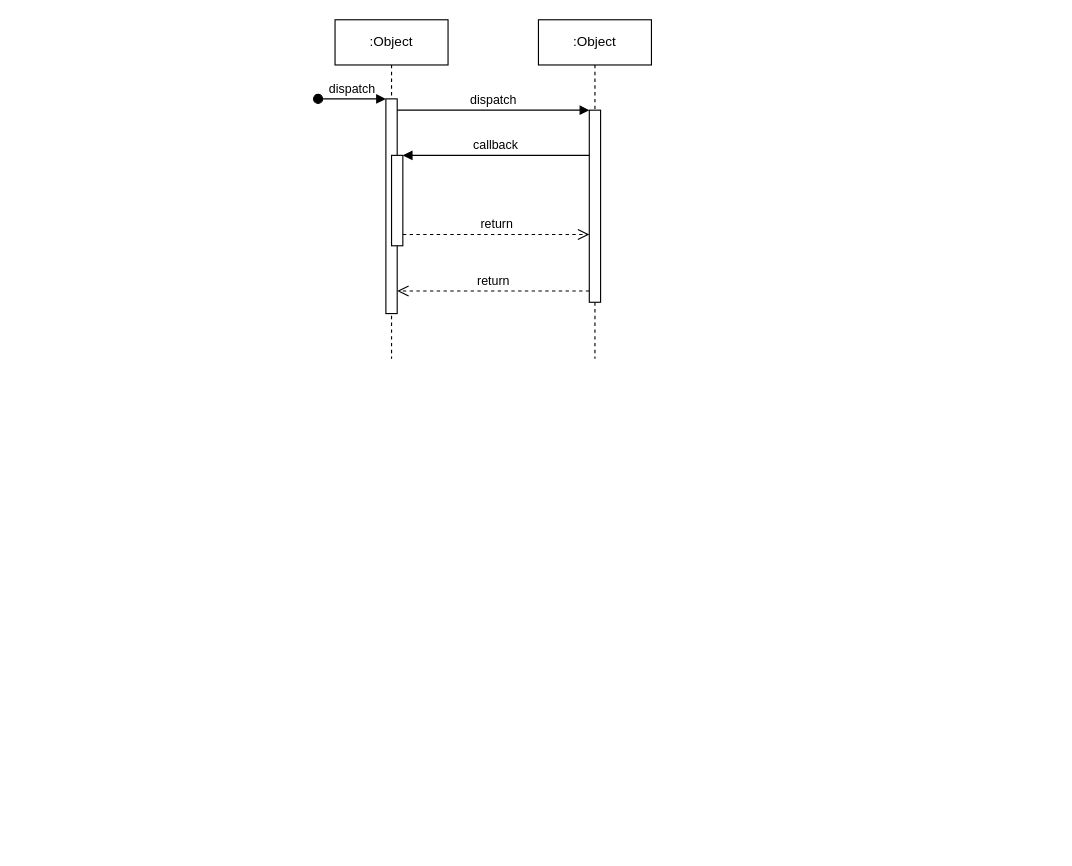
The draw.io diagram sloweat/sloweat_operation_sequence_회원가입.drawio in his8457/diagram, before the edit. Source tidied: cells renumbered, new cells numbered last; positions are measured from the earlier drawing's top-left corner, leaving out a move shared by most shapes. Both pictures are drawn from the tidied source at 113%, with x=0, y=0 at pixel (318, 19).
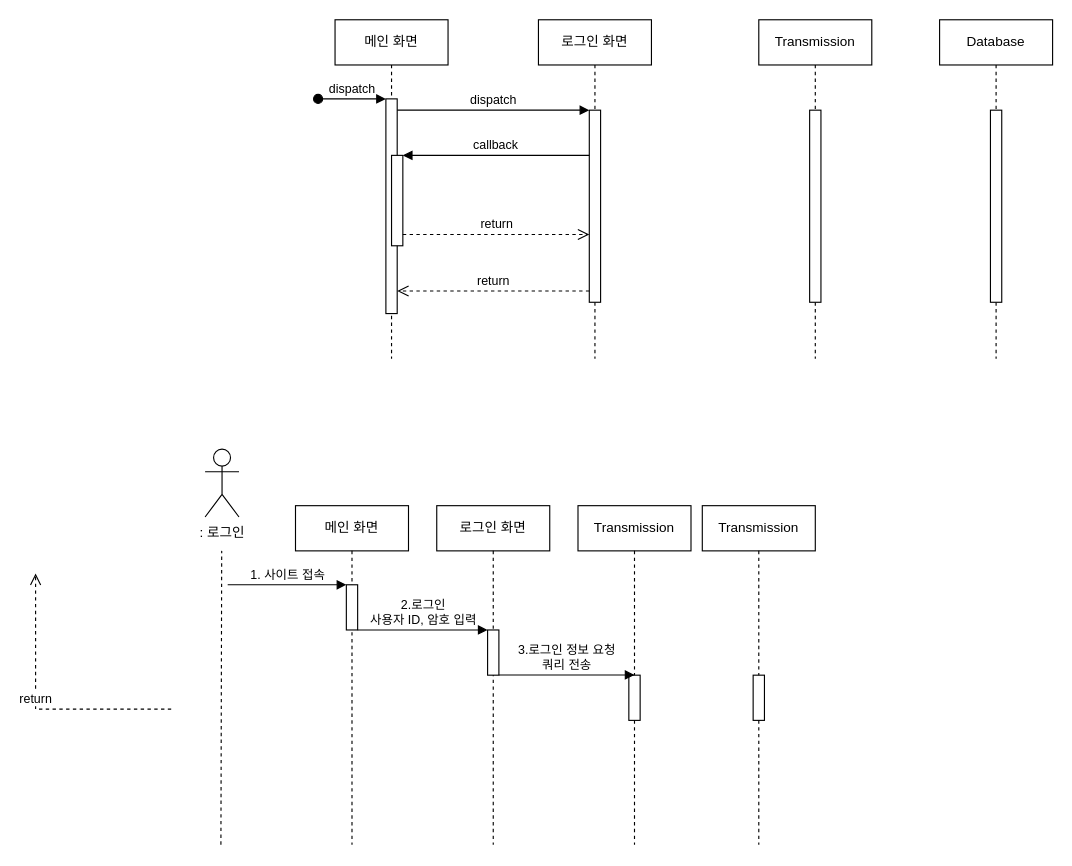
Above is the later version.

Commit message (it also covers changes not shown here):
sloweat_operation_sequence_회원가입.drawio 업데이트

What changed in the source:
```diff
@@
-    <mxCell id="2" value=":Object" style="shape=umlLifeline;perimeter=lifelinePerimeter;whiteSpace=wrap;html=1;newEdgeStyle={&quot;edgeStyle&quot;:&quot;elbowEdgeStyle&quot;,&quot;elbow&quot;:&quot;vertical&quot;,&quot;curved&quot;:0,&quot;rounded&quot;:0};" parent="1" vertex="1">
+    <mxCell id="2" value="메인 화면" style="shape=umlLifeline;perimeter=lifelinePerimeter;whiteSpace=wrap;html=1;newEdgeStyle={&quot;edgeStyle&quot;:&quot;elbowEdgeStyle&quot;,&quot;elbow&quot;:&quot;vertical&quot;,&quot;curved&quot;:0,&quot;rounded&quot;:0};" parent="1" vertex="1">
       <mxGeometry x="15" width="100" height="300" as="geometry" />
     </mxCell>
@@
-    <mxCell id="6" value=":Object" style="shape=umlLifeline;perimeter=lifelinePerimeter;whiteSpace=wrap;html=1;newEdgeStyle={&quot;edgeStyle&quot;:&quot;elbowEdgeStyle&quot;,&quot;elbow&quot;:&quot;vertical&quot;,&quot;curved&quot;:0,&quot;rounded&quot;:0};" parent="1" vertex="1">
+    <mxCell id="6" value="로그인 화면" style="shape=umlLifeline;perimeter=lifelinePerimeter;whiteSpace=wrap;html=1;newEdgeStyle={&quot;edgeStyle&quot;:&quot;elbowEdgeStyle&quot;,&quot;elbow&quot;:&quot;vertical&quot;,&quot;curved&quot;:0,&quot;rounded&quot;:0};" parent="1" vertex="1">
       <mxGeometry x="195" width="100" height="300" as="geometry" />
     </mxCell>
@@
+    <mxCell id="12" value="Transmission" style="shape=umlLifeline;perimeter=lifelinePerimeter;whiteSpace=wrap;html=1;newEdgeStyle={&quot;edgeStyle&quot;:&quot;elbowEdgeStyle&quot;,&quot;elbow&quot;:&quot;vertical&quot;,&quot;curved&quot;:0,&quot;rounded&quot;:0};" parent="1" vertex="1">
+      <mxGeometry x="390" width="100" height="300" as="geometry" />
+    </mxCell>
+    <mxCell id="13" style="html=1;perimeter=orthogonalPerimeter;targetShapes=umlLifeline;newEdgeStyle={&quot;edgeStyle&quot;:&quot;elbowEdgeStyle&quot;,&quot;elbow&quot;:&quot;vertical&quot;,&quot;curved&quot;:0,&quot;rounded&quot;:0};" parent="12" vertex="1">
+      <mxGeometry x="45" y="80" width="10" height="170" as="geometry" />
+    </mxCell>
+    <mxCell id="14" value="Database" style="shape=umlLifeline;perimeter=lifelinePerimeter;whiteSpace=wrap;html=1;newEdgeStyle={&quot;edgeStyle&quot;:&quot;elbowEdgeStyle&quot;,&quot;elbow&quot;:&quot;vertical&quot;,&quot;curved&quot;:0,&quot;rounded&quot;:0};" parent="1" vertex="1">
+      <mxGeometry x="550" width="100" height="300" as="geometry" />
+    </mxCell>
+    <mxCell id="15" style="html=1;perimeter=orthogonalPerimeter;targetShapes=umlLifeline;newEdgeStyle={&quot;edgeStyle&quot;:&quot;elbowEdgeStyle&quot;,&quot;elbow&quot;:&quot;vertical&quot;,&quot;curved&quot;:0,&quot;rounded&quot;:0};" parent="14" vertex="1">
+      <mxGeometry x="45" y="80" width="10" height="170" as="geometry" />
+    </mxCell>
+    <mxCell id="16" value="메인 화면" style="shape=umlLifeline;perimeter=lifelinePerimeter;whiteSpace=wrap;html=1;newEdgeStyle={&quot;edgeStyle&quot;:&quot;elbowEdgeStyle&quot;,&quot;elbow&quot;:&quot;vertical&quot;,&quot;curved&quot;:0,&quot;rounded&quot;:0};" parent="1" vertex="1">
+      <mxGeometry x="-20" y="430" width="100" height="300" as="geometry" />
+    </mxCell>
+    <mxCell id="17" style="html=1;points=[];perimeter=orthogonalPerimeter;outlineConnect=0;targetShapes=umlLifeline;portConstraint=eastwest;newEdgeStyle={&quot;edgeStyle&quot;:&quot;elbowEdgeStyle&quot;,&quot;elbow&quot;:&quot;vertical&quot;,&quot;curved&quot;:0,&quot;rounded&quot;:0};" parent="16" vertex="1">
+      <mxGeometry x="45" y="70" width="10" height="40" as="geometry" />
+    </mxCell>
+    <mxCell id="18" value="로그인 화면" style="shape=umlLifeline;perimeter=lifelinePerimeter;whiteSpace=wrap;html=1;newEdgeStyle={&quot;edgeStyle&quot;:&quot;elbowEdgeStyle&quot;,&quot;elbow&quot;:&quot;vertical&quot;,&quot;curved&quot;:0,&quot;rounded&quot;:0};" parent="1" vertex="1">
+      <mxGeometry x="105" y="430" width="100" height="300" as="geometry" />
+    </mxCell>
+    <mxCell id="19" style="html=1;perimeter=orthogonalPerimeter;targetShapes=umlLifeline;newEdgeStyle={&quot;edgeStyle&quot;:&quot;elbowEdgeStyle&quot;,&quot;elbow&quot;:&quot;vertical&quot;,&quot;curved&quot;:0,&quot;rounded&quot;:0};" parent="18" vertex="1">
+      <mxGeometry x="45" y="110" width="10" height="40" as="geometry" />
+    </mxCell>
+    <mxCell id="20" value="2.로그인&lt;div&gt;사용자 ID, 암호 입력&lt;/div&gt;" style="html=1;verticalAlign=bottom;endArrow=block;edgeStyle=elbowEdgeStyle;elbow=vertical;curved=0;rounded=0;" parent="1" edge="1" source="17">
+      <mxGeometry relative="1" as="geometry">
+        <mxPoint x="150" y="540" as="targetPoint" />
+        <Array as="points">
+          <mxPoint x="150" y="540" />
+        </Array>
+      </mxGeometry>
+    </mxCell>
+    <mxCell id="21" value="return" style="html=1;verticalAlign=bottom;endArrow=open;dashed=1;endSize=8;edgeStyle=elbowEdgeStyle;elbow=vertical;curved=0;rounded=0;" parent="1" edge="1">
+      <mxGeometry relative="1" as="geometry">
+        <mxPoint x="-130" y="610" as="sourcePoint" />
+        <mxPoint x="-250" y="490" as="targetPoint" />
+        <Array as="points">
+          <mxPoint x="-120" y="610" />
+        </Array>
+      </mxGeometry>
+    </mxCell>
+    <mxCell id="22" value=": 로그인" style="shape=umlActor;verticalLabelPosition=bottom;verticalAlign=top;html=1;" parent="1" vertex="1">
+      <mxGeometry x="-100" y="380" width="30" height="60" as="geometry" />
+    </mxCell>
+    <mxCell id="23" style="endArrow=none;dashed=1;html=1;rounded=0;" parent="1" edge="1">
+      <mxGeometry relative="1" as="geometry">
+        <mxPoint x="-86" y="730" as="sourcePoint" />
+        <mxPoint x="-85.3" y="470" as="targetPoint" />
+      </mxGeometry>
+    </mxCell>
+    <mxCell id="24" value="1. 사이트 접속" style="html=1;verticalAlign=bottom;endArrow=block;edgeStyle=elbowEdgeStyle;elbow=vertical;curved=0;rounded=0;" parent="1" edge="1">
+      <mxGeometry relative="1" as="geometry">
+        <mxPoint x="-80" y="500" as="sourcePoint" />
+        <mxPoint x="25" y="500" as="targetPoint" />
+        <Array as="points">
+          <mxPoint x="-65" y="500" />
+        </Array>
+      </mxGeometry>
+    </mxCell>
+    <mxCell id="25" value="Transmission" style="shape=umlLifeline;perimeter=lifelinePerimeter;whiteSpace=wrap;html=1;newEdgeStyle={&quot;edgeStyle&quot;:&quot;elbowEdgeStyle&quot;,&quot;elbow&quot;:&quot;vertical&quot;,&quot;curved&quot;:0,&quot;rounded&quot;:0};" parent="1" vertex="1">
+      <mxGeometry x="230" y="430" width="100" height="300" as="geometry" />
+    </mxCell>
+    <mxCell id="26" style="html=1;perimeter=orthogonalPerimeter;targetShapes=umlLifeline;newEdgeStyle={&quot;edgeStyle&quot;:&quot;elbowEdgeStyle&quot;,&quot;elbow&quot;:&quot;vertical&quot;,&quot;curved&quot;:0,&quot;rounded&quot;:0};" parent="25" vertex="1">
+      <mxGeometry x="45" y="150" width="10" height="40" as="geometry" />
+    </mxCell>
+    <mxCell id="27" value="3.로그인 정보 요청&lt;div&gt;쿼리 전송&lt;/div&gt;" style="html=1;verticalAlign=bottom;endArrow=block;edgeStyle=elbowEdgeStyle;elbow=vertical;curved=0;rounded=0;" parent="1" edge="1">
+      <mxGeometry relative="1" as="geometry">
+        <mxPoint x="160" y="579.8" as="sourcePoint" />
+        <mxPoint x="280" y="579.8" as="targetPoint" />
+        <Array as="points">
+          <mxPoint x="280" y="579.8" />
+        </Array>
+      </mxGeometry>
+    </mxCell>
+    <mxCell id="28" value="Transmission" style="shape=umlLifeline;perimeter=lifelinePerimeter;whiteSpace=wrap;html=1;newEdgeStyle={&quot;edgeStyle&quot;:&quot;elbowEdgeStyle&quot;,&quot;elbow&quot;:&quot;vertical&quot;,&quot;curved&quot;:0,&quot;rounded&quot;:0};" parent="1" vertex="1">
+      <mxGeometry x="340" y="430" width="100" height="300" as="geometry" />
+    </mxCell>
+    <mxCell id="29" style="html=1;perimeter=orthogonalPerimeter;targetShapes=umlLifeline;newEdgeStyle={&quot;edgeStyle&quot;:&quot;elbowEdgeStyle&quot;,&quot;elbow&quot;:&quot;vertical&quot;,&quot;curved&quot;:0,&quot;rounded&quot;:0};" parent="28" vertex="1">
+      <mxGeometry x="45" y="150" width="10" height="40" as="geometry" />
+    </mxCell>
```
